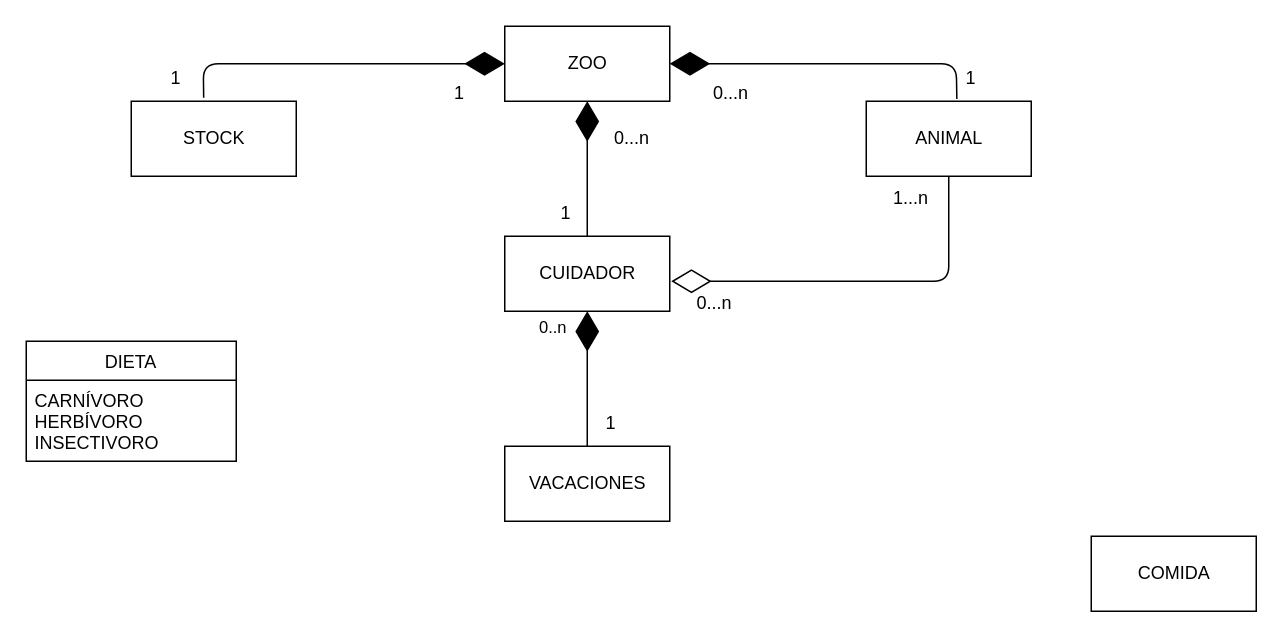
This is EJ5/ejercicio5.drawio from Trabajo-gruupal-empresa/Mediante-UML, a draw.io file, before an edit. Source tidied: cells renumbered, new cells numbered last; positions are measured from the earlier drawing's top-left corner, leaving out a move shared by most shapes. Both pictures are drawn from the tidied source at 150%, with x=0, y=0 at pixel (26, 26).
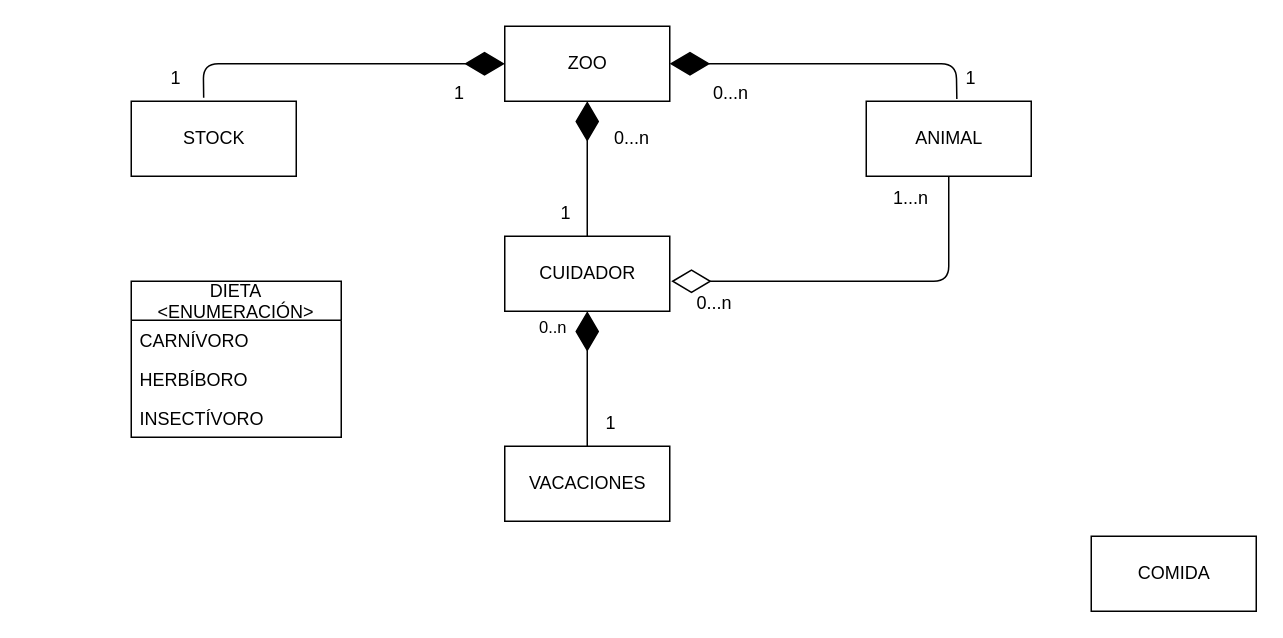
After the change.

Commit message:
enumeración dieta

Change to the diagram source:
```diff
@@
-    <mxCell id="8" value="DIETA" style="swimlane;fontStyle=0;horizontal=1;startSize=26;fillColor=none;" parent="1" vertex="1">
-      <mxGeometry y="210" width="140" height="80" as="geometry" />
-    </mxCell>
-    <mxCell id="9" value="CARNÍVORO&#10;HERBÍVORO&#10;INSECTIVORO" style="text;strokeColor=none;fillColor=none;align=left;verticalAlign=top;spacingLeft=4;spacingRight=4;overflow=hidden;" parent="8" vertex="1">
-      <mxGeometry y="26" width="140" height="54" as="geometry" />
-    </mxCell>
@@
+    <mxCell id="8" value="DIETA&#10;&lt;ENUMERACIÓN&gt;" style="swimlane;fontStyle=0;horizontal=1;startSize=26;fillColor=none;" parent="1" vertex="1">
+      <mxGeometry x="70" y="170" width="140" height="104" as="geometry" />
+    </mxCell>
+    <mxCell id="25" value="CARNÍVORO" style="text;strokeColor=none;fillColor=none;align=left;verticalAlign=top;spacingLeft=4;spacingRight=4;overflow=hidden;" parent="8" vertex="1">
+      <mxGeometry y="26" width="140" height="26" as="geometry" />
+    </mxCell>
+    <mxCell id="26" value="HERBÍBORO" style="text;strokeColor=none;fillColor=none;align=left;verticalAlign=top;spacingLeft=4;spacingRight=4;overflow=hidden;" parent="8" vertex="1">
+      <mxGeometry y="52" width="140" height="26" as="geometry" />
+    </mxCell>
+    <mxCell id="27" value="INSECTÍVORO" style="text;strokeColor=none;fillColor=none;align=left;verticalAlign=top;spacingLeft=4;spacingRight=4;overflow=hidden;" parent="8" vertex="1">
+      <mxGeometry y="78" width="140" height="26" as="geometry" />
+    </mxCell>
```
